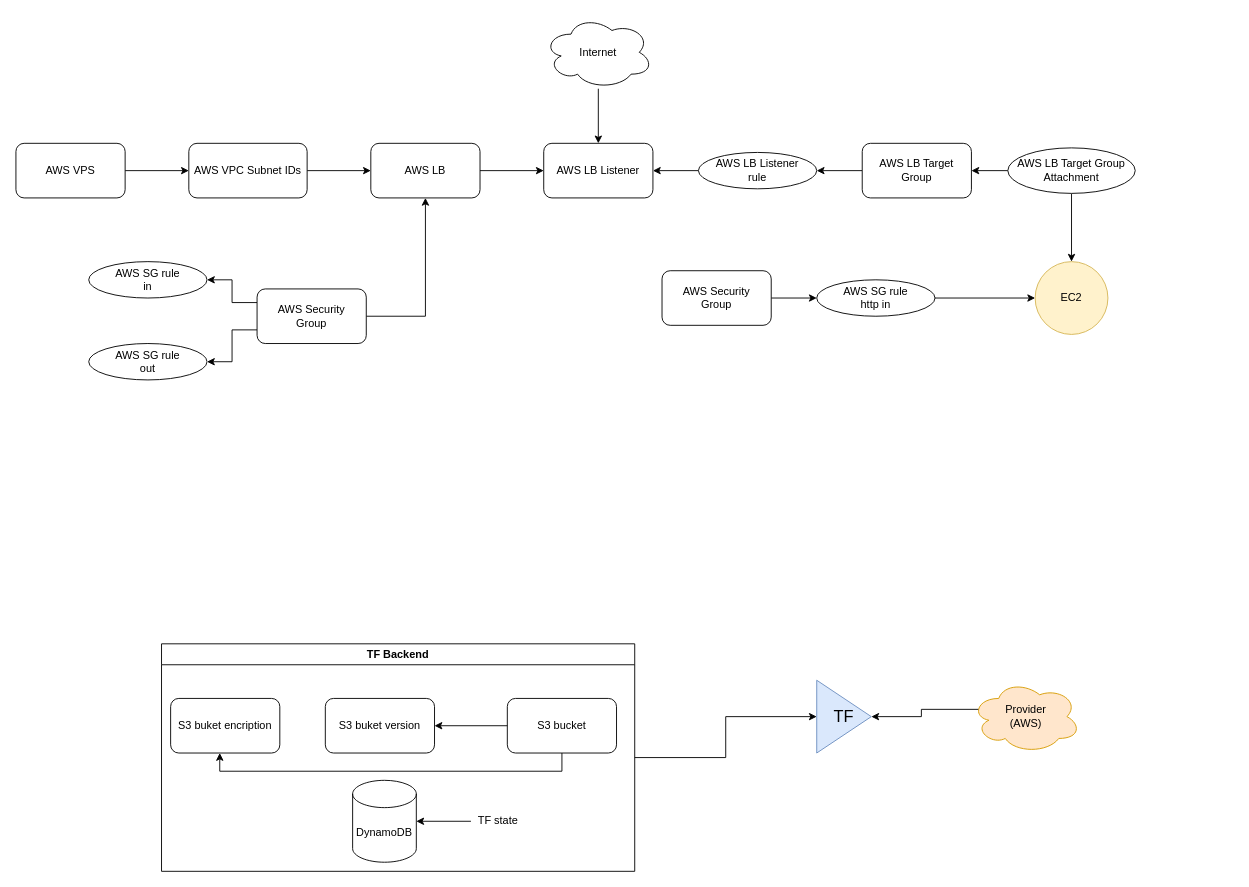
Before: Untitled Diagram.drawio in markrin/PublicProject, a draw.io diagram. Source tidied: cells renumbered, new cells numbered last; positions are measured from the earlier drawing's top-left corner, leaving out a move shared by most shapes. Both pictures are drawn from the tidied source at 91%, with x=0, y=0 at pixel (15, 15).
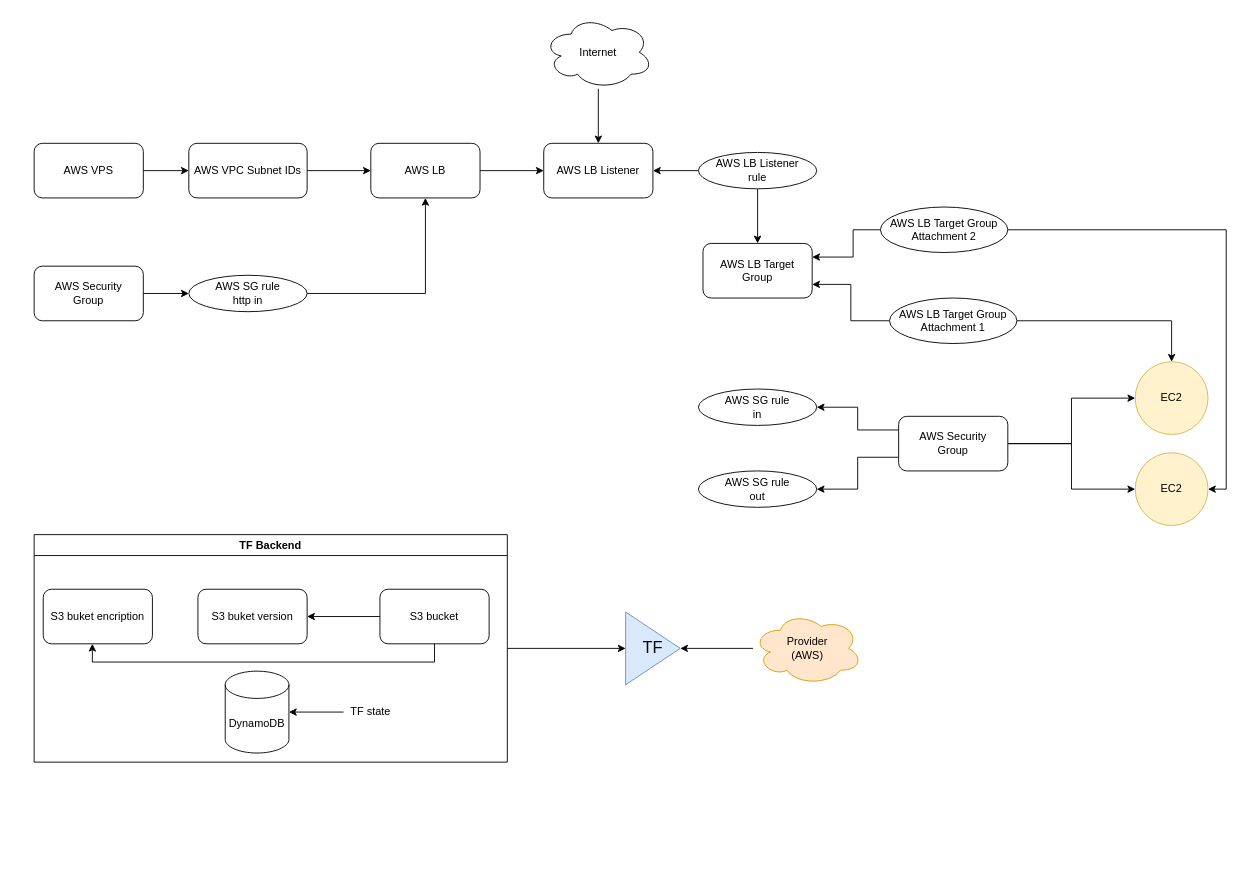
Above is the later version.

Commit message:
switch security groups, add 2nd ec2 for load balancing

Unchanged cells that the change refers to:
```xml
<mxCell id="3" value="AWS LB" style="rounded=1;whiteSpace=wrap;html=1;" parent="1" vertex="1">
  <mxGeometry x="390" y="140" width="120" height="60" as="geometry" />
</mxCell>
<mxCell id="12" value="&lt;div&gt;AWS LB Listener&lt;/div&gt;&lt;div&gt;rule&lt;br&gt;&lt;/div&gt;" style="ellipse;whiteSpace=wrap;html=1;" parent="1" vertex="1">
  <mxGeometry x="750" y="150" width="130" height="40" as="geometry" />
</mxCell>
```

Diff of the diagram source:
```diff
@@
-    <mxCell id="4" value="&lt;div&gt;AWS SG rule&lt;/div&gt;&lt;div&gt;out&lt;br&gt;&lt;/div&gt;" style="ellipse;whiteSpace=wrap;html=1;" parent="1" vertex="1">
-      <mxGeometry x="80" y="360" width="130" height="40" as="geometry" />
-    </mxCell>
-    <mxCell id="5" value="&lt;div&gt;AWS SG rule&lt;/div&gt;&lt;div&gt;in&lt;/div&gt;" style="ellipse;whiteSpace=wrap;html=1;" parent="1" vertex="1">
-      <mxGeometry x="80" y="270" width="130" height="40" as="geometry" />
-    </mxCell>
-    <mxCell id="6" style="edgeStyle=orthogonalEdgeStyle;rounded=0;jettySize=auto;html=1;exitX=0;exitY=0.25;exitDx=0;exitDy=0;entryX=1;entryY=0.5;entryDx=0;entryDy=0;" parent="1" edge="1" source="9" target="5">
-      <mxGeometry relative="1" as="geometry" />
-    </mxCell>
-    <mxCell id="7" style="edgeStyle=orthogonalEdgeStyle;rounded=0;jettySize=auto;html=1;exitX=0;exitY=0.75;exitDx=0;exitDy=0;entryX=1;entryY=0.5;entryDx=0;entryDy=0;" parent="1" edge="1" source="9" target="4">
-      <mxGeometry relative="1" as="geometry" />
-    </mxCell>
-    <mxCell id="8" style="edgeStyle=orthogonalEdgeStyle;rounded=0;jettySize=auto;html=1;entryX=0.5;entryY=1;entryDx=0;entryDy=0;" parent="1" edge="1" source="9" target="3">
-      <mxGeometry relative="1" as="geometry" />
-    </mxCell>
-    <mxCell id="9" value="&lt;div&gt;AWS Security&lt;/div&gt;&lt;div&gt;Group&lt;br&gt;&lt;/div&gt;" style="rounded=1;whiteSpace=wrap;html=1;" parent="1" vertex="1">
-      <mxGeometry x="265" y="300" width="120" height="60" as="geometry" />
-    </mxCell>
@@
+    <mxCell id="42" style="edgeStyle=orthogonalEdgeStyle;rounded=0;jettySize=auto;html=1;" parent="1" edge="1" source="12" target="14">
+      <mxGeometry relative="1" as="geometry" />
+    </mxCell>
@@
-    <mxCell id="13" style="edgeStyle=orthogonalEdgeStyle;rounded=0;jettySize=auto;html=1;entryX=1;entryY=0.5;entryDx=0;entryDy=0;" parent="1" edge="1" source="14" target="12">
-      <mxGeometry relative="1" as="geometry" />
-    </mxCell>
     <mxCell id="14" value="AWS LB Target Group" style="rounded=1;whiteSpace=wrap;html=1;" parent="1" vertex="1">
-      <mxGeometry x="930" y="140" width="120" height="60" as="geometry" />
+      <mxGeometry x="755" y="250" width="120" height="60" as="geometry" />
     </mxCell>
+    <mxCell id="16" style="edgeStyle=orthogonalEdgeStyle;rounded=0;jettySize=auto;html=1;exitX=0;exitY=0.5;exitDx=0;exitDy=0;entryX=1;entryY=0.25;entryDx=0;entryDy=0;" parent="1" edge="1" source="17" target="14">
+      <mxGeometry relative="1" as="geometry">
+        <Array as="points">
+          <mxPoint x="920" y="235" />
+          <mxPoint x="920" y="265" />
+        </Array>
+      </mxGeometry>
+    </mxCell>
-    <mxCell id="15" style="edgeStyle=orthogonalEdgeStyle;rounded=0;jettySize=auto;html=1;entryX=0.5;entryY=0;entryDx=0;entryDy=0;" parent="1" edge="1" source="17" target="18">
+    <mxCell id="15" style="edgeStyle=orthogonalEdgeStyle;rounded=0;jettySize=auto;html=1;entryX=1;entryY=0.5;entryDx=0;entryDy=0;" parent="1" edge="1" source="17" target="18">
       <mxGeometry relative="1" as="geometry" />
     </mxCell>
-    <mxCell id="16" style="edgeStyle=orthogonalEdgeStyle;rounded=0;jettySize=auto;html=1;exitX=0;exitY=0.5;exitDx=0;exitDy=0;entryX=1;entryY=0.5;entryDx=0;entryDy=0;" parent="1" edge="1" source="17" target="14">
-      <mxGeometry relative="1" as="geometry" />
-    </mxCell>
-    <mxCell id="17" value="&lt;div&gt;AWS LB Target Group&lt;/div&gt;&lt;div&gt;Attachment&lt;br&gt;&lt;/div&gt;" style="ellipse;whiteSpace=wrap;html=1;" parent="1" vertex="1">
-      <mxGeometry x="1090" y="145" width="140" height="50" as="geometry" />
+    <mxCell id="17" value="&lt;div&gt;AWS LB Target Group&lt;/div&gt;&lt;div&gt;Attachment 2&lt;br&gt;&lt;/div&gt;" style="ellipse;whiteSpace=wrap;html=1;" parent="1" vertex="1">
+      <mxGeometry x="950" y="210" width="140" height="50" as="geometry" />
     </mxCell>
     <mxCell id="18" value="EC2" style="ellipse;whiteSpace=wrap;html=1;fillColor=#fff2cc;strokeColor=#d6b656;" parent="1" vertex="1">
-      <mxGeometry x="1120" y="270" width="80" height="80" as="geometry" />
+      <mxGeometry x="1230" y="480" width="80" height="80" as="geometry" />
     </mxCell>
@@
     <mxCell id="20" value="&lt;div&gt;AWS Security&lt;/div&gt;&lt;div&gt;Group&lt;br&gt;&lt;/div&gt;" style="rounded=1;whiteSpace=wrap;html=1;" parent="1" vertex="1">
-      <mxGeometry x="710" y="280" width="120" height="60" as="geometry" />
+      <mxGeometry x="20" y="275" width="120" height="60" as="geometry" />
     </mxCell>
-    <mxCell id="21" style="edgeStyle=orthogonalEdgeStyle;rounded=0;jettySize=auto;html=1;" parent="1" edge="1" source="22" target="18">
-      <mxGeometry relative="1" as="geometry" />
-    </mxCell>
+    <mxCell id="43" style="edgeStyle=orthogonalEdgeStyle;rounded=0;jettySize=auto;html=1;entryX=0.5;entryY=1;entryDx=0;entryDy=0;" parent="1" edge="1" source="22" target="3">
+      <mxGeometry relative="1" as="geometry" />
+    </mxCell>
     <mxCell id="22" value="&lt;div&gt;AWS SG rule&lt;/div&gt;&lt;div&gt;http in&lt;br&gt;&lt;/div&gt;" style="ellipse;whiteSpace=wrap;html=1;" parent="1" vertex="1">
-      <mxGeometry x="880" y="290" width="130" height="40" as="geometry" />
+      <mxGeometry x="190" y="285" width="130" height="40" as="geometry" />
     </mxCell>
@@
     <mxCell id="24" value="AWS VPS" style="rounded=1;whiteSpace=wrap;html=1;" parent="1" vertex="1">
-      <mxGeometry y="140" width="120" height="60" as="geometry" />
+      <mxGeometry x="20" y="140" width="120" height="60" as="geometry" />
     </mxCell>
@@
     <mxCell id="27" value="TF" style="triangle;whiteSpace=wrap;html=1;fontSize=18;fillColor=#dae8fc;strokeColor=#6c8ebf;" parent="1" vertex="1">
-      <mxGeometry x="880" y="730" width="60" height="80" as="geometry" />
+      <mxGeometry x="670" y="655" width="60" height="80" as="geometry" />
     </mxCell>
-    <mxCell id="28" style="edgeStyle=orthogonalEdgeStyle;rounded=0;jettySize=auto;html=1;exitX=0.07;exitY=0.4;exitDx=0;exitDy=0;exitPerimeter=0;entryX=1;entryY=0.5;entryDx=0;entryDy=0;" parent="1" edge="1" source="29" target="27">
+    <mxCell id="28" style="edgeStyle=orthogonalEdgeStyle;rounded=0;jettySize=auto;html=1;" parent="1" edge="1" source="29" target="27">
       <mxGeometry relative="1" as="geometry" />
     </mxCell>
     <mxCell id="29" value="&lt;div&gt;Provider&lt;/div&gt;&lt;div&gt;(AWS)&lt;br&gt;&lt;/div&gt;" style="ellipse;shape=cloud;whiteSpace=wrap;html=1;fillColor=#ffe6cc;strokeColor=#d79b00;" parent="1" vertex="1">
-      <mxGeometry x="1050" y="730" width="120" height="80" as="geometry" />
+      <mxGeometry x="810" y="655" width="120" height="80" as="geometry" />
     </mxCell>
@@
     <mxCell id="31" value="TF Backend" style="swimlane;whiteSpace=wrap;html=1;" parent="1" vertex="1">
-      <mxGeometry x="160" y="690" width="520" height="250" as="geometry" />
+      <mxGeometry x="20" y="570" width="520" height="250" as="geometry" />
     </mxCell>
@@
+    <mxCell id="44" style="edgeStyle=orthogonalEdgeStyle;rounded=0;jettySize=auto;html=1;entryX=1;entryY=0.75;entryDx=0;entryDy=0;" parent="1" edge="1" source="46" target="14">
+      <mxGeometry relative="1" as="geometry" />
+    </mxCell>
+    <mxCell id="45" style="edgeStyle=orthogonalEdgeStyle;rounded=0;jettySize=auto;html=1;" parent="1" edge="1" source="46" target="47">
+      <mxGeometry relative="1" as="geometry" />
+    </mxCell>
+    <mxCell id="46" value="&lt;div&gt;AWS LB Target Group&lt;/div&gt;&lt;div&gt;Attachment 1&lt;br&gt;&lt;/div&gt;" style="ellipse;whiteSpace=wrap;html=1;" parent="1" vertex="1">
+      <mxGeometry x="960" y="310" width="140" height="50" as="geometry" />
+    </mxCell>
+    <mxCell id="47" value="EC2" style="ellipse;whiteSpace=wrap;html=1;fillColor=#fff2cc;strokeColor=#d6b656;" parent="1" vertex="1">
+      <mxGeometry x="1230" y="380" width="80" height="80" as="geometry" />
+    </mxCell>
+    <mxCell id="4" value="&lt;div&gt;AWS SG rule&lt;/div&gt;&lt;div&gt;out&lt;br&gt;&lt;/div&gt;" style="ellipse;whiteSpace=wrap;html=1;" parent="1" vertex="1">
+      <mxGeometry x="750" y="500" width="130" height="40" as="geometry" />
+    </mxCell>
+    <mxCell id="5" value="&lt;div&gt;AWS SG rule&lt;/div&gt;&lt;div&gt;in&lt;/div&gt;" style="ellipse;whiteSpace=wrap;html=1;" parent="1" vertex="1">
+      <mxGeometry x="750" y="410" width="130" height="40" as="geometry" />
+    </mxCell>
+    <mxCell id="6" style="edgeStyle=orthogonalEdgeStyle;rounded=0;jettySize=auto;html=1;exitX=0;exitY=0.25;exitDx=0;exitDy=0;entryX=1;entryY=0.5;entryDx=0;entryDy=0;" parent="1" edge="1" source="9" target="5">
+      <mxGeometry relative="1" as="geometry" />
+    </mxCell>
+    <mxCell id="7" style="edgeStyle=orthogonalEdgeStyle;rounded=0;jettySize=auto;html=1;exitX=0;exitY=0.75;exitDx=0;exitDy=0;entryX=1;entryY=0.5;entryDx=0;entryDy=0;" parent="1" edge="1" source="9" target="4">
+      <mxGeometry relative="1" as="geometry" />
+    </mxCell>
+    <mxCell id="48" style="edgeStyle=orthogonalEdgeStyle;rounded=0;jettySize=auto;html=1;exitX=1;exitY=0.5;exitDx=0;exitDy=0;entryX=0;entryY=0.5;entryDx=0;entryDy=0;" parent="1" edge="1" source="9" target="47">
+      <mxGeometry relative="1" as="geometry" />
+    </mxCell>
+    <mxCell id="49" style="edgeStyle=orthogonalEdgeStyle;rounded=0;jettySize=auto;html=1;entryX=0;entryY=0.5;entryDx=0;entryDy=0;" parent="1" edge="1" source="9" target="18">
+      <mxGeometry relative="1" as="geometry" />
+    </mxCell>
+    <mxCell id="9" value="&lt;div&gt;AWS Security&lt;/div&gt;&lt;div&gt;Group&lt;br&gt;&lt;/div&gt;" style="rounded=1;whiteSpace=wrap;html=1;" parent="1" vertex="1">
+      <mxGeometry x="970" y="440" width="120" height="60" as="geometry" />
+    </mxCell>
```
